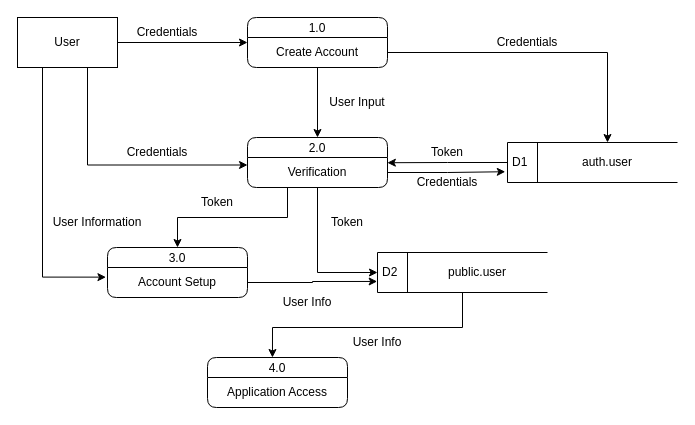
Earlier version of the draw.io diagram Atletik-DFD.drawio (ElliotJcbH/AtletikFlowcharts). Source tidied: cells renumbered, new cells numbered last; positions are measured from the earlier drawing's top-left corner, leaving out a move shared by most shapes. Both pictures are drawn from the tidied source at 100%, with x=0, y=0 at pixel (17, 17).
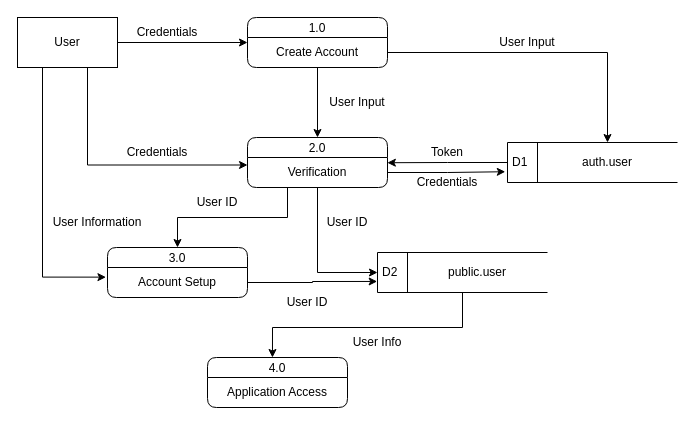
The same page after the edit.

The edit, as a diff of the source:
```diff
@@
-    <mxCell id="23" value="Credentials" style="text;html=1;align=center;verticalAlign=middle;whiteSpace=wrap;rounded=0;" parent="1" vertex="1">
+    <mxCell id="23" value="User Input" style="text;html=1;align=center;verticalAlign=middle;whiteSpace=wrap;rounded=0;" parent="1" vertex="1">
       <mxGeometry x="480" y="10" width="60" height="30" as="geometry" />
     </mxCell>
@@
-    <mxCell id="27" value="User Info" style="text;html=1;align=center;verticalAlign=middle;whiteSpace=wrap;rounded=0;" parent="1" vertex="1">
+    <mxCell id="27" value="User ID" style="text;html=1;align=center;verticalAlign=middle;whiteSpace=wrap;rounded=0;" parent="1" vertex="1">
       <mxGeometry x="240" y="270" width="100" height="30" as="geometry" />
     </mxCell>
@@
-    <mxCell id="33" value="Token" style="text;html=1;align=center;verticalAlign=middle;whiteSpace=wrap;rounded=0;" parent="1" vertex="1">
+    <mxCell id="33" value="User ID" style="text;html=1;align=center;verticalAlign=middle;whiteSpace=wrap;rounded=0;" parent="1" vertex="1">
       <mxGeometry x="280" y="190" width="100" height="30" as="geometry" />
     </mxCell>
-    <mxCell id="34" value="Token" style="text;html=1;align=center;verticalAlign=middle;whiteSpace=wrap;rounded=0;" parent="1" vertex="1">
+    <mxCell id="34" value="User ID" style="text;html=1;align=center;verticalAlign=middle;whiteSpace=wrap;rounded=0;" parent="1" vertex="1">
       <mxGeometry x="150" y="170" width="100" height="30" as="geometry" />
     </mxCell>
```
